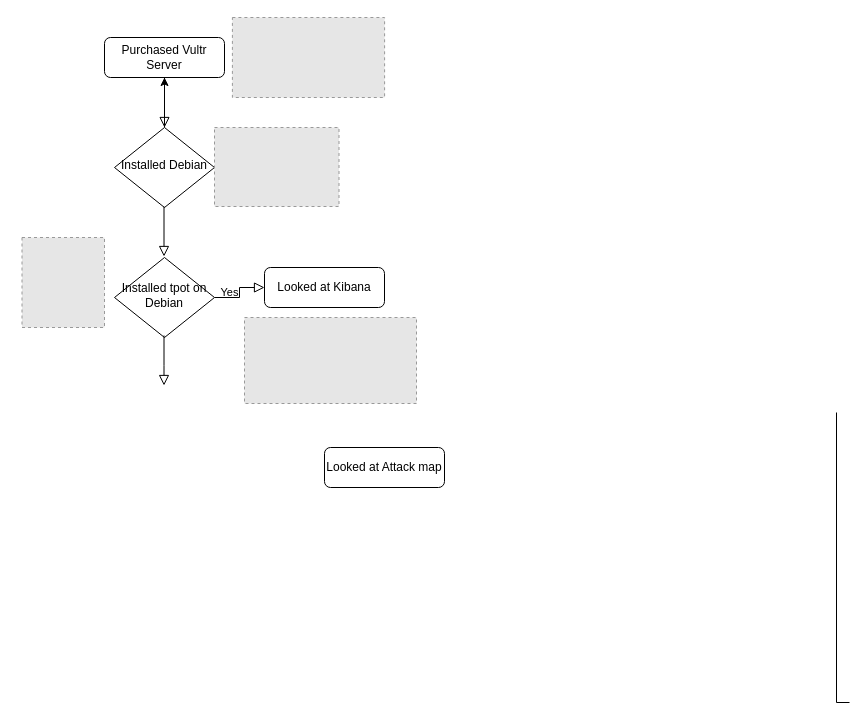
Earlier version of the draw.io diagram cyb590ppt.drawio (LLuviaHombreKano/Java-for-DevOps). Source tidied: cells renumbered, new cells numbered last; positions are measured from the earlier drawing's top-left corner, leaving out a move shared by most shapes. Both pictures are drawn from the tidied source at 100%, with x=0, y=0 at pixel (22, 17). Pictures stored in the file or linked from it are replaced by grey dashed boxes.
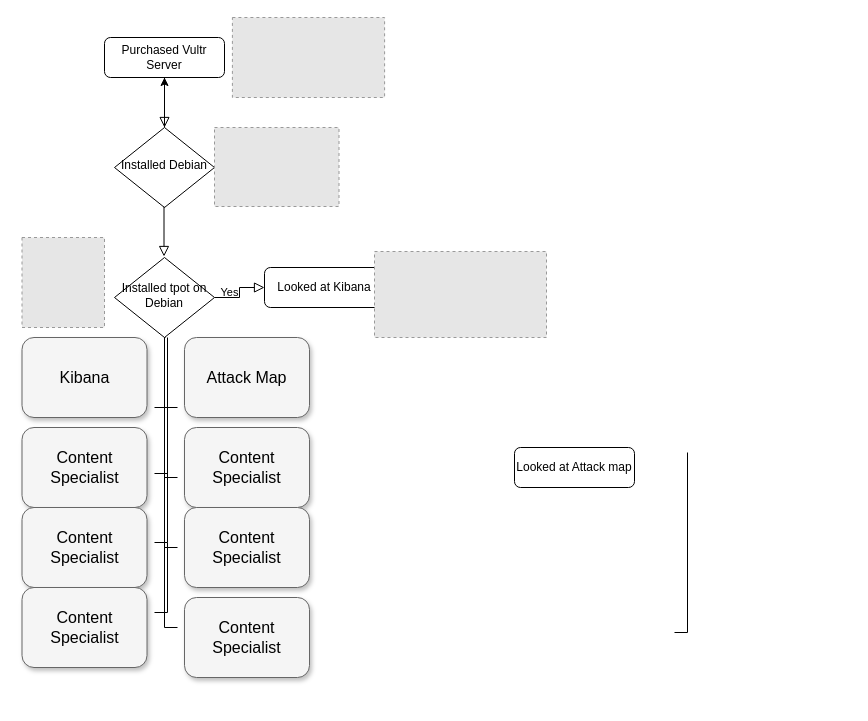
The same page after the edit.

What changed in the source:
```diff
@@
     <mxCell id="8" value="Looked at Attack map" style="rounded=1;whiteSpace=wrap;html=1;fontSize=12;glass=0;strokeWidth=1;shadow=0;" parent="1" vertex="1">
-      <mxGeometry x="302" y="430" width="120" height="40" as="geometry" />
+      <mxGeometry x="492" y="430" width="120" height="40" as="geometry" />
     </mxCell>
@@
     <mxCell id="13" style="fillColor=#E6E6E6;strokeColor=#999999;dashed=1;verticalLabelPosition=bottom;labelBackgroundColor=default;verticalAlign=top;" parent="1" vertex="1">
-      <mxGeometry x="222" y="300" width="172" height="86" as="geometry" />
+      <mxGeometry x="352" y="234" width="172" height="86" as="geometry" />
     </mxCell>
@@
-    <mxCell id="15" style="rounded=0;html=1;jettySize=auto;orthogonalLoop=1;fontSize=11;endArrow=block;endFill=0;endSize=8;strokeWidth=1;shadow=0;labelBackgroundColor=none;edgeStyle=orthogonalEdgeStyle;" parent="1" edge="1">
-      <mxGeometry relative="1" as="geometry">
-        <mxPoint x="141.5" y="318" as="sourcePoint" />
-        <mxPoint x="141.5" y="368" as="targetPoint" />
-        <Array as="points">
-          <mxPoint x="141.5" y="348" />
-          <mxPoint x="141.5" y="348" />
-        </Array>
-      </mxGeometry>
-    </mxCell>
     <mxCell id="16" style="edgeStyle=orthogonalEdgeStyle;html=1;startSize=6;endFill=0;endSize=6;strokeWidth=1;fontSize=16;rounded=0;endArrow=none;entryX=0;entryY=0.5;" parent="1" edge="1">
       <mxGeometry relative="1" as="geometry">
-        <mxPoint x="814" y="395" as="sourcePoint" />
-        <mxPoint x="827" y="685" as="targetPoint" />
+        <mxPoint x="142" y="320" as="sourcePoint" />
+        <mxPoint x="155" y="610" as="targetPoint" />
         <Array as="points">
-          <mxPoint x="814" y="685" />
+          <mxPoint x="142" y="610" />
         </Array>
       </mxGeometry>
     </mxCell>
+    <mxCell id="17" value="Kibana" style="whiteSpace=wrap;html=1;rounded=1;shadow=1;strokeWidth=1;fontSize=16;align=center;fillColor=#f5f5f5;strokeColor=#666666;" parent="1" vertex="1">
+      <mxGeometry x="-0.5" y="320" width="125" height="80" as="geometry" />
+    </mxCell>
+    <mxCell id="18" style="edgeStyle=orthogonalEdgeStyle;html=1;startSize=6;endFill=0;endSize=6;strokeWidth=1;fontSize=16;rounded=0;endArrow=none;entryX=0;entryY=0.5;" parent="1" edge="1">
+      <mxGeometry relative="1" as="geometry">
+        <mxPoint x="143" y="320" as="sourcePoint" />
+        <mxPoint x="155" y="390" as="targetPoint" />
+        <Array as="points">
+          <mxPoint x="142" y="390" />
+        </Array>
+      </mxGeometry>
+    </mxCell>
+    <mxCell id="19" style="edgeStyle=orthogonalEdgeStyle;html=1;startSize=6;endFill=0;endSize=6;strokeWidth=1;fontSize=16;rounded=0;endArrow=none;entryX=0;entryY=0.5;" parent="1" edge="1">
+      <mxGeometry relative="1" as="geometry">
+        <mxPoint x="143" y="390" as="sourcePoint" />
+        <mxPoint x="155" y="460" as="targetPoint" />
+        <Array as="points">
+          <mxPoint x="142" y="460" />
+        </Array>
+      </mxGeometry>
+    </mxCell>
+    <mxCell id="20" style="edgeStyle=orthogonalEdgeStyle;html=1;startSize=6;endFill=0;endSize=6;strokeWidth=1;fontSize=16;rounded=0;endArrow=none;entryX=0;entryY=0.5;" parent="1" edge="1">
+      <mxGeometry relative="1" as="geometry">
+        <mxPoint x="143" y="460" as="sourcePoint" />
+        <mxPoint x="155" y="530" as="targetPoint" />
+        <Array as="points">
+          <mxPoint x="142" y="530" />
+        </Array>
+      </mxGeometry>
+    </mxCell>
+    <mxCell id="21" style="edgeStyle=orthogonalEdgeStyle;html=1;startSize=6;endFill=0;endSize=6;strokeWidth=1;fontSize=16;rounded=0;entryX=1;entryY=0.5;endArrow=none;" parent="1" edge="1">
+      <mxGeometry relative="1" as="geometry">
+        <mxPoint x="145" y="320" as="sourcePoint" />
+        <mxPoint x="132" y="390" as="targetPoint" />
+        <Array as="points">
+          <mxPoint x="145" y="390" />
+        </Array>
+      </mxGeometry>
+    </mxCell>
+    <mxCell id="22" style="edgeStyle=orthogonalEdgeStyle;html=1;startSize=6;endFill=0;endSize=6;strokeWidth=1;fontSize=16;rounded=0;entryX=1;entryY=0.5;endArrow=none;" parent="1" edge="1">
+      <mxGeometry relative="1" as="geometry">
+        <mxPoint x="145" y="386" as="sourcePoint" />
+        <mxPoint x="132" y="456" as="targetPoint" />
+        <Array as="points">
+          <mxPoint x="145" y="456" />
+        </Array>
+      </mxGeometry>
+    </mxCell>
+    <mxCell id="23" style="edgeStyle=orthogonalEdgeStyle;html=1;startSize=6;endFill=0;endSize=6;strokeWidth=1;fontSize=16;rounded=0;entryX=1;entryY=0.5;endArrow=none;" parent="1" edge="1">
+      <mxGeometry relative="1" as="geometry">
+        <mxPoint x="145" y="455" as="sourcePoint" />
+        <mxPoint x="132" y="525" as="targetPoint" />
+        <Array as="points">
+          <mxPoint x="145" y="525" />
+        </Array>
+      </mxGeometry>
+    </mxCell>
+    <mxCell id="24" style="edgeStyle=orthogonalEdgeStyle;html=1;startSize=6;endFill=0;endSize=6;strokeWidth=1;fontSize=16;rounded=0;entryX=1;entryY=0.5;endArrow=none;" parent="1" edge="1">
+      <mxGeometry relative="1" as="geometry">
+        <mxPoint x="145" y="525" as="sourcePoint" />
+        <mxPoint x="132" y="595" as="targetPoint" />
+        <Array as="points">
+          <mxPoint x="145" y="595" />
+        </Array>
+      </mxGeometry>
+    </mxCell>
+    <mxCell id="25" value="Content Specialist" style="whiteSpace=wrap;html=1;rounded=1;shadow=1;strokeWidth=1;fontSize=16;align=center;fillColor=#f5f5f5;strokeColor=#666666;" parent="1" vertex="1">
+      <mxGeometry x="-0.5" y="410" width="125" height="80" as="geometry" />
+    </mxCell>
+    <mxCell id="26" value="Content Specialist" style="whiteSpace=wrap;html=1;rounded=1;shadow=1;strokeWidth=1;fontSize=16;align=center;fillColor=#f5f5f5;strokeColor=#666666;" parent="1" vertex="1">
+      <mxGeometry x="-0.5" y="490" width="125" height="80" as="geometry" />
+    </mxCell>
+    <mxCell id="27" value="Content Specialist" style="whiteSpace=wrap;html=1;rounded=1;shadow=1;strokeWidth=1;fontSize=16;align=center;fillColor=#f5f5f5;strokeColor=#666666;" parent="1" vertex="1">
+      <mxGeometry x="-0.5" y="570" width="125" height="80" as="geometry" />
+    </mxCell>
+    <mxCell id="28" value="Attack Map" style="whiteSpace=wrap;html=1;rounded=1;shadow=1;strokeWidth=1;fontSize=16;align=center;fillColor=#f5f5f5;strokeColor=#666666;" parent="1" vertex="1">
+      <mxGeometry x="162" y="320" width="125" height="80" as="geometry" />
+    </mxCell>
+    <mxCell id="29" value="Content Specialist" style="whiteSpace=wrap;html=1;rounded=1;shadow=1;strokeWidth=1;fontSize=16;align=center;fillColor=#f5f5f5;strokeColor=#666666;" parent="1" vertex="1">
+      <mxGeometry x="162" y="410" width="125" height="80" as="geometry" />
+    </mxCell>
+    <mxCell id="30" value="Content Specialist" style="whiteSpace=wrap;html=1;rounded=1;shadow=1;strokeWidth=1;fontSize=16;align=center;fillColor=#f5f5f5;strokeColor=#666666;" parent="1" vertex="1">
+      <mxGeometry x="162" y="490" width="125" height="80" as="geometry" />
+    </mxCell>
+    <mxCell id="31" value="Content Specialist" style="whiteSpace=wrap;html=1;rounded=1;shadow=1;strokeWidth=1;fontSize=16;align=center;fillColor=#f5f5f5;strokeColor=#666666;" parent="1" vertex="1">
+      <mxGeometry x="162" y="580" width="125" height="80" as="geometry" />
+    </mxCell>
+    <mxCell id="32" style="edgeStyle=orthogonalEdgeStyle;html=1;startSize=6;endFill=0;endSize=6;strokeWidth=1;fontSize=16;rounded=0;endArrow=none;entryX=1;entryY=0.5;" parent="1" edge="1">
+      <mxGeometry relative="1" as="geometry">
+        <mxPoint x="665" y="435" as="sourcePoint" />
+        <mxPoint x="652" y="615" as="targetPoint" />
+        <Array as="points">
+          <mxPoint x="665" y="615" />
+        </Array>
+      </mxGeometry>
+    </mxCell>
```
